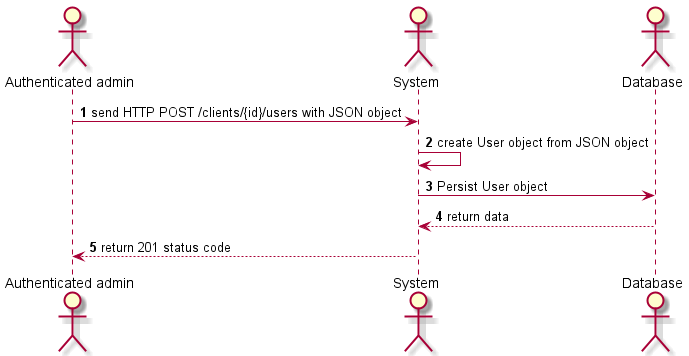
The PlantUML diagram diagrams/render/Sequences/UsersManagement/Sequence_AddUser.png in Xwyk/BileMo, before a commit.
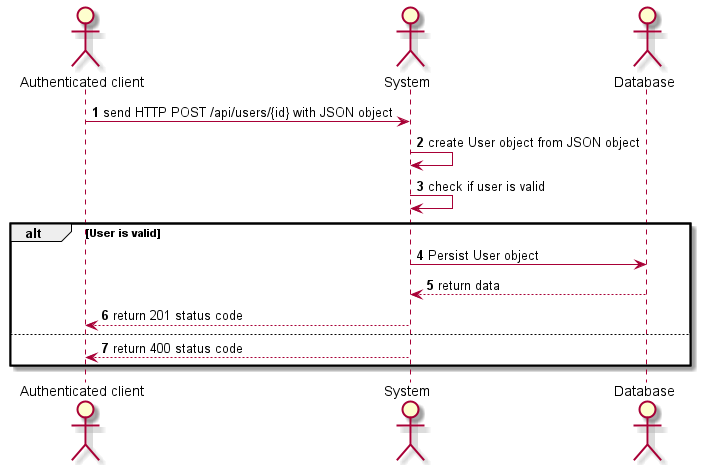
After the change.

Diff of the diagram source:
```diff
@@ -2,14 +2,18 @@
 
 autonumber
 
-actor "Authenticated admin" as admin
+actor "Authenticated client" as client
 actor System                as system
 actor Database              as db
 
-admin  -> system  : send HTTP POST /clients/{id}/users with JSON object
+client  -> system  : send HTTP POST /api/users/{id} with JSON object
 system -> system  : create User object from JSON object
-system -> db      : Persist User object
-system <-- db     : return data
-admin  <-- system : return 201 status code
-
+system -> system  : check if user is valid
+alt User is valid
+    system -> db      : Persist User object
+    system <-- db     : return data
+    client  <-- system : return 201 status code
+else
+    client  <-- system : return 400 status code
+end
 @enduml
```
